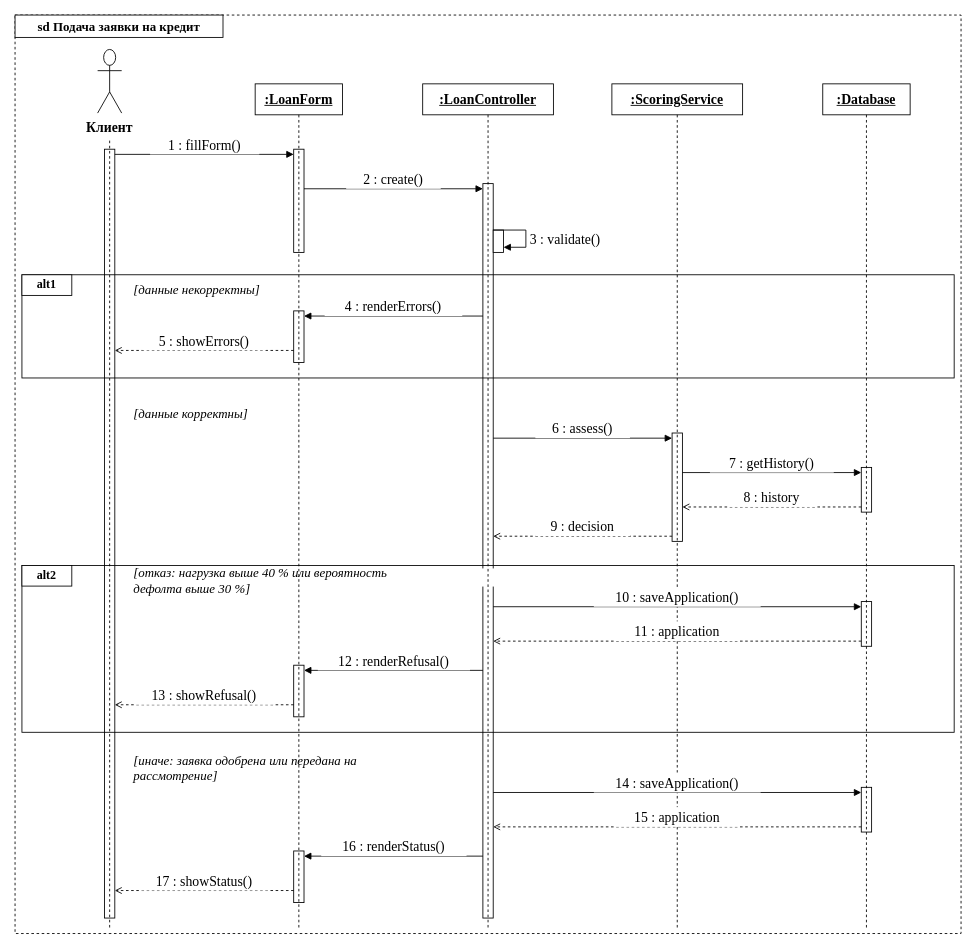
This is page "Подача заявки на кредит" (2 of 6) of docs/diagrams/views.drawio from vladmeshkov/js-course-work, a draw.io file, before an edit. Source tidied: cells renumbered, new cells numbered last; positions are measured from the earlier drawing's top-left corner, leaving out a move shared by most shapes. Both pictures are drawn from the tidied source at 86%, with x=0, y=0 at pixel (15, 15).
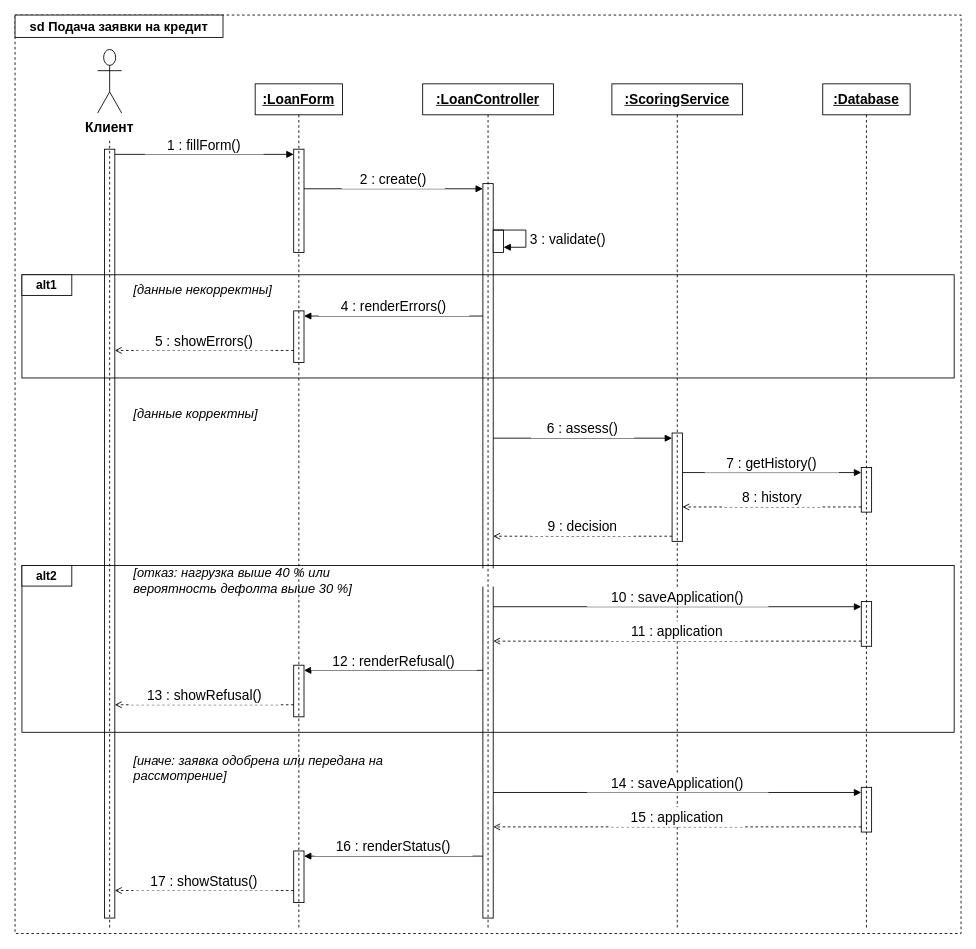
After the change.

Diff of the diagram source:
```diff
@@
-    <mxCell id="2" style="html=1;whiteSpace=wrap;fontFamily=Times New Roman;fontSize=16;rounded=0;fillColor=none;strokeColor=#000;dashed=1;verticalAlign=top;align=left;spacingLeft=10;spacingTop=2;" parent="1" vertex="1">
+    <mxCell id="2" style="html=1;whiteSpace=wrap;fontFamily=Arial;fontSize=16;rounded=0;fillColor=none;strokeColor=#000;dashed=1;verticalAlign=top;align=left;spacingLeft=10;spacingTop=2;" parent="1" vertex="1">
       <mxGeometry width="1100" height="1068" as="geometry" />
     </mxCell>
-    <mxCell id="3" value="sd Подача заявки на кредит" style="html=1;whiteSpace=wrap;fontFamily=Times New Roman;fontSize=15;rounded=0;arcSize=0;fillColor=#fff;strokeColor=#000;fontStyle=1;" parent="1" vertex="1">
+    <mxCell id="3" value="sd Подача заявки на кредит" style="html=1;whiteSpace=wrap;fontFamily=Arial;fontSize=15;rounded=0;arcSize=0;fillColor=#fff;strokeColor=#000;fontStyle=1;" parent="1" vertex="1">
       <mxGeometry width="241.8" height="26" as="geometry" />
     </mxCell>
-    <mxCell id="4" value="&lt;b&gt;Клиент&lt;/b&gt;" style="html=1;whiteSpace=wrap;fontFamily=Times New Roman;fontSize=16;shape=umlActor;verticalLabelPosition=bottom;verticalAlign=top;labelBackgroundColor=none;" parent="1" vertex="1">
+    <mxCell id="4" value="&lt;b&gt;Клиент&lt;/b&gt;" style="html=1;whiteSpace=wrap;fontFamily=Arial;fontSize=16;shape=umlActor;verticalLabelPosition=bottom;verticalAlign=top;labelBackgroundColor=none;" parent="1" vertex="1">
       <mxGeometry x="96" y="40" width="28" height="74" as="geometry" />
     </mxCell>
-    <mxCell id="5" style="html=1;whiteSpace=wrap;fontFamily=Times New Roman;fontSize=16;rounded=0;arcSize=0;fillColor=#fff;strokeColor=#000;" parent="1" vertex="1">
+    <mxCell id="5" style="html=1;whiteSpace=wrap;fontFamily=Arial;fontSize=16;rounded=0;arcSize=0;fillColor=#fff;strokeColor=#000;fontStyle=1;" parent="1" vertex="1">
       <mxGeometry x="104" y="156" width="12" height="894" as="geometry" />
     </mxCell>
-    <mxCell id="6" value=":LoanForm" style="html=1;whiteSpace=wrap;fontFamily=Times New Roman;fontSize=16;rounded=0;arcSize=0;fillColor=#fff;strokeColor=#000;fontStyle=5;" parent="1" vertex="1">
+    <mxCell id="6" value=":LoanForm" style="html=1;whiteSpace=wrap;fontFamily=Arial;fontSize=16;rounded=0;arcSize=0;fillColor=#fff;strokeColor=#000;fontStyle=5;" parent="1" vertex="1">
       <mxGeometry x="279.2" y="80" width="101.6" height="36" as="geometry" />
     </mxCell>
-    <mxCell id="7" style="html=1;whiteSpace=wrap;fontFamily=Times New Roman;fontSize=16;rounded=0;arcSize=0;fillColor=#fff;strokeColor=#000;" parent="1" vertex="1">
+    <mxCell id="7" style="html=1;whiteSpace=wrap;fontFamily=Arial;fontSize=16;rounded=0;arcSize=0;fillColor=#fff;strokeColor=#000;fontStyle=1;" parent="1" vertex="1">
       <mxGeometry x="324" y="156" width="12" height="120" as="geometry" />
     </mxCell>
-    <mxCell id="8" style="html=1;whiteSpace=wrap;fontFamily=Times New Roman;fontSize=16;rounded=0;arcSize=0;fillColor=#fff;strokeColor=#000;" parent="1" vertex="1">
+    <mxCell id="8" style="html=1;whiteSpace=wrap;fontFamily=Arial;fontSize=16;rounded=0;arcSize=0;fillColor=#fff;strokeColor=#000;fontStyle=1;" parent="1" vertex="1">
       <mxGeometry x="324" y="344" width="12" height="60" as="geometry" />
     </mxCell>
-    <mxCell id="9" style="html=1;whiteSpace=wrap;fontFamily=Times New Roman;fontSize=16;rounded=0;arcSize=0;fillColor=#fff;strokeColor=#000;" parent="1" vertex="1">
+    <mxCell id="9" style="html=1;whiteSpace=wrap;fontFamily=Arial;fontSize=16;rounded=0;arcSize=0;fillColor=#fff;strokeColor=#000;fontStyle=1;" parent="1" vertex="1">
       <mxGeometry x="324" y="756" width="12" height="60" as="geometry" />
     </mxCell>
-    <mxCell id="10" style="html=1;whiteSpace=wrap;fontFamily=Times New Roman;fontSize=16;rounded=0;arcSize=0;fillColor=#fff;strokeColor=#000;" parent="1" vertex="1">
+    <mxCell id="10" style="html=1;whiteSpace=wrap;fontFamily=Arial;fontSize=16;rounded=0;arcSize=0;fillColor=#fff;strokeColor=#000;fontStyle=1;" parent="1" vertex="1">
       <mxGeometry x="324" y="972" width="12" height="60" as="geometry" />
     </mxCell>
-    <mxCell id="11" value=":LoanController" style="html=1;whiteSpace=wrap;fontFamily=Times New Roman;fontSize=16;rounded=0;arcSize=0;fillColor=#fff;strokeColor=#000;fontStyle=5;" parent="1" vertex="1">
+    <mxCell id="11" value=":LoanController" style="html=1;whiteSpace=wrap;fontFamily=Arial;fontSize=16;rounded=0;arcSize=0;fillColor=#fff;strokeColor=#000;fontStyle=5;" parent="1" vertex="1">
       <mxGeometry x="474" y="80" width="152" height="36" as="geometry" />
     </mxCell>
-    <mxCell id="12" style="html=1;whiteSpace=wrap;fontFamily=Times New Roman;fontSize=16;rounded=0;arcSize=0;fillColor=#fff;strokeColor=#000;" parent="1" vertex="1">
+    <mxCell id="12" style="html=1;whiteSpace=wrap;fontFamily=Arial;fontSize=16;rounded=0;arcSize=0;fillColor=#fff;strokeColor=#000;fontStyle=1;" parent="1" vertex="1">
       <mxGeometry x="544" y="196" width="12" height="854" as="geometry" />
     </mxCell>
-    <mxCell id="13" value=":ScoringService" style="html=1;whiteSpace=wrap;fontFamily=Times New Roman;fontSize=16;rounded=0;arcSize=0;fillColor=#fff;strokeColor=#000;fontStyle=5;" parent="1" vertex="1">
+    <mxCell id="13" value=":ScoringService" style="html=1;whiteSpace=wrap;fontFamily=Arial;fontSize=16;rounded=0;arcSize=0;fillColor=#fff;strokeColor=#000;fontStyle=5;" parent="1" vertex="1">
       <mxGeometry x="694" y="80" width="152" height="36" as="geometry" />
     </mxCell>
-    <mxCell id="14" style="html=1;whiteSpace=wrap;fontFamily=Times New Roman;fontSize=16;rounded=0;arcSize=0;fillColor=#fff;strokeColor=#000;" parent="1" vertex="1">
+    <mxCell id="14" style="html=1;whiteSpace=wrap;fontFamily=Arial;fontSize=16;rounded=0;arcSize=0;fillColor=#fff;strokeColor=#000;fontStyle=1;" parent="1" vertex="1">
       <mxGeometry x="764" y="486" width="12" height="126" as="geometry" />
     </mxCell>
-    <mxCell id="15" value=":Database" style="html=1;whiteSpace=wrap;fontFamily=Times New Roman;fontSize=16;rounded=0;arcSize=0;fillColor=#fff;strokeColor=#000;fontStyle=5;" parent="1" vertex="1">
+    <mxCell id="15" value=":Database" style="html=1;whiteSpace=wrap;fontFamily=Arial;fontSize=16;rounded=0;arcSize=0;fillColor=#fff;strokeColor=#000;fontStyle=5;" parent="1" vertex="1">
       <mxGeometry x="939.2" y="80" width="101.6" height="36" as="geometry" />
     </mxCell>
-    <mxCell id="16" style="html=1;whiteSpace=wrap;fontFamily=Times New Roman;fontSize=16;rounded=0;arcSize=0;fillColor=#fff;strokeColor=#000;" parent="1" vertex="1">
+    <mxCell id="16" style="html=1;whiteSpace=wrap;fontFamily=Arial;fontSize=16;rounded=0;arcSize=0;fillColor=#fff;strokeColor=#000;fontStyle=1;" parent="1" vertex="1">
       <mxGeometry x="984" y="526" width="12" height="52" as="geometry" />
     </mxCell>
-    <mxCell id="17" style="html=1;whiteSpace=wrap;fontFamily=Times New Roman;fontSize=16;rounded=0;arcSize=0;fillColor=#fff;strokeColor=#000;" parent="1" vertex="1">
+    <mxCell id="17" style="html=1;whiteSpace=wrap;fontFamily=Arial;fontSize=16;rounded=0;arcSize=0;fillColor=#fff;strokeColor=#000;fontStyle=1;" parent="1" vertex="1">
       <mxGeometry x="984" y="682" width="12" height="52" as="geometry" />
     </mxCell>
-    <mxCell id="18" style="html=1;whiteSpace=wrap;fontFamily=Times New Roman;fontSize=16;rounded=0;arcSize=0;fillColor=#fff;strokeColor=#000;" parent="1" vertex="1">
+    <mxCell id="18" style="html=1;whiteSpace=wrap;fontFamily=Arial;fontSize=16;rounded=0;arcSize=0;fillColor=#fff;strokeColor=#000;fontStyle=1;" parent="1" vertex="1">
       <mxGeometry x="984" y="898" width="12" height="52" as="geometry" />
     </mxCell>
-    <mxCell id="19" style="html=1;whiteSpace=wrap;fontFamily=Times New Roman;fontSize=16;rounded=0;arcSize=0;fillColor=none;strokeColor=#000;" parent="1" vertex="1">
+    <mxCell id="19" style="html=1;whiteSpace=wrap;fontFamily=Arial;fontSize=16;rounded=0;arcSize=0;fillColor=none;strokeColor=#000;fontStyle=1;" parent="1" vertex="1">
       <mxGeometry x="8" y="302" width="1084" height="120" as="geometry" />
     </mxCell>
-    <mxCell id="20" style="html=1;whiteSpace=wrap;fontFamily=Times New Roman;fontSize=16;rounded=0;arcSize=0;fillColor=none;strokeColor=#000;" parent="1" vertex="1">
+    <mxCell id="20" style="html=1;whiteSpace=wrap;fontFamily=Arial;fontSize=16;rounded=0;arcSize=0;fillColor=none;strokeColor=#000;fontStyle=1;" parent="1" vertex="1">
       <mxGeometry x="8" y="640" width="1084" height="194" as="geometry" />
     </mxCell>
-    <mxCell id="21" style="html=1;whiteSpace=wrap;fontFamily=Times New Roman;fontSize=16;rounded=0;arcSize=0;fillColor=#fff;strokeColor=#000;" parent="1" vertex="1">
+    <mxCell id="21" style="html=1;whiteSpace=wrap;fontFamily=Arial;fontSize=16;rounded=0;arcSize=0;fillColor=#fff;strokeColor=#000;fontStyle=1;" parent="1" vertex="1">
       <mxGeometry x="556" y="250" width="12" height="26" as="geometry" />
     </mxCell>
-    <mxCell id="22" value="alt1" style="html=1;whiteSpace=wrap;fontFamily=Times New Roman;fontSize=14;rounded=0;arcSize=0;fillColor=#fff;strokeColor=#000;fontStyle=1;" parent="1" vertex="1">
+    <mxCell id="22" value="alt1" style="html=1;whiteSpace=wrap;fontFamily=Arial;fontSize=14;rounded=0;arcSize=0;fillColor=#fff;strokeColor=#000;fontStyle=1;" parent="1" vertex="1">
       <mxGeometry x="8" y="302" width="58" height="24" as="geometry" />
     </mxCell>
-    <mxCell id="23" style="html=1;whiteSpace=wrap;fontFamily=Times New Roman;fontSize=16;rounded=0;arcSize=0;fillColor=#fff;strokeColor=#fff;" parent="1" vertex="1">
+    <mxCell id="23" style="html=1;whiteSpace=wrap;fontFamily=Arial;fontSize=16;rounded=0;arcSize=0;fillColor=#fff;strokeColor=#fff;fontStyle=1;" parent="1" vertex="1">
       <mxGeometry x="128" y="306" width="164" height="20" as="geometry" />
     </mxCell>
-    <mxCell id="24" value="[данные некорректны]" style="html=1;whiteSpace=wrap;fontFamily=Times New Roman;fontSize=15;text;strokeColor=none;fillColor=none;align=left;verticalAlign=middle;fontStyle=2;" parent="1" vertex="1">
+    <mxCell id="24" value="[данные некорректны]" style="html=1;whiteSpace=wrap;fontFamily=Arial;fontSize=15;text;strokeColor=none;fillColor=none;align=left;verticalAlign=middle;fontStyle=2;" parent="1" vertex="1">
       <mxGeometry x="136" y="308" width="300" height="22" as="geometry" />
     </mxCell>
-    <mxCell id="25" style="html=1;whiteSpace=wrap;fontFamily=Times New Roman;fontSize=16;rounded=0;arcSize=0;fillColor=#fff;strokeColor=#fff;" parent="1" vertex="1">
+    <mxCell id="25" style="html=1;whiteSpace=wrap;fontFamily=Arial;fontSize=16;rounded=0;arcSize=0;fillColor=#fff;strokeColor=#fff;fontStyle=1;" parent="1" vertex="1">
       <mxGeometry x="128" y="446" width="149.2" height="20" as="geometry" />
     </mxCell>
-    <mxCell id="26" value="[данные корректны]" style="html=1;whiteSpace=wrap;fontFamily=Times New Roman;fontSize=15;text;strokeColor=none;fillColor=none;align=left;verticalAlign=middle;fontStyle=2;" parent="1" vertex="1">
+    <mxCell id="26" value="[данные корректны]" style="html=1;whiteSpace=wrap;fontFamily=Arial;fontSize=15;text;strokeColor=none;fillColor=none;align=left;verticalAlign=middle;fontStyle=2;" parent="1" vertex="1">
       <mxGeometry x="136" y="452" width="300" height="22" as="geometry" />
     </mxCell>
-    <mxCell id="27" value="alt2" style="html=1;whiteSpace=wrap;fontFamily=Times New Roman;fontSize=14;rounded=0;arcSize=0;fillColor=#fff;strokeColor=#000;fontStyle=1;" parent="1" vertex="1">
+    <mxCell id="27" value="alt2" style="html=1;whiteSpace=wrap;fontFamily=Arial;fontSize=14;rounded=0;arcSize=0;fillColor=#fff;strokeColor=#000;fontStyle=1;" parent="1" vertex="1">
       <mxGeometry x="8" y="640" width="58" height="24" as="geometry" />
     </mxCell>
-    <mxCell id="28" style="html=1;whiteSpace=wrap;fontFamily=Times New Roman;fontSize=16;rounded=0;arcSize=0;fillColor=#fff;strokeColor=#fff;" parent="1" vertex="1">
+    <mxCell id="28" style="html=1;whiteSpace=wrap;fontFamily=Arial;fontSize=16;rounded=0;arcSize=0;fillColor=#fff;strokeColor=#fff;fontStyle=1;" parent="1" vertex="1">
       <mxGeometry x="128" y="644" width="467.4" height="20" as="geometry" />
     </mxCell>
-    <mxCell id="29" value="[отказ: нагрузка выше 40 % или вероятность дефолта выше 30 %]" style="html=1;whiteSpace=wrap;fontFamily=Times New Roman;fontSize=15;text;strokeColor=none;fillColor=none;align=left;verticalAlign=middle;fontStyle=2;" parent="1" vertex="1">
+    <mxCell id="29" value="[отказ: нагрузка выше 40 % или вероятность дефолта выше 30 %]" style="html=1;whiteSpace=wrap;fontFamily=Arial;fontSize=15;text;strokeColor=none;fillColor=none;align=left;verticalAlign=middle;fontStyle=2;" parent="1" vertex="1">
       <mxGeometry x="136" y="646" width="300" height="22" as="geometry" />
     </mxCell>
-    <mxCell id="30" style="html=1;whiteSpace=wrap;fontFamily=Times New Roman;fontSize=16;rounded=0;arcSize=0;fillColor=#fff;strokeColor=#fff;" parent="1" vertex="1">
+    <mxCell id="30" style="html=1;whiteSpace=wrap;fontFamily=Arial;fontSize=16;rounded=0;arcSize=0;fillColor=#fff;strokeColor=#fff;fontStyle=1;" parent="1" vertex="1">
       <mxGeometry x="128" y="858" width="408.2" height="20" as="geometry" />
     </mxCell>
-    <mxCell id="31" value="[иначе: заявка одобрена или передана на рассмотрение]" style="html=1;whiteSpace=wrap;fontFamily=Times New Roman;fontSize=15;text;strokeColor=none;fillColor=none;align=left;verticalAlign=middle;fontStyle=2;" parent="1" vertex="1">
+    <mxCell id="31" value="[иначе: заявка одобрена или передана на рассмотрение]" style="html=1;whiteSpace=wrap;fontFamily=Arial;fontSize=15;text;strokeColor=none;fillColor=none;align=left;verticalAlign=middle;fontStyle=2;" parent="1" vertex="1">
       <mxGeometry x="136" y="864" width="300" height="22" as="geometry" />
     </mxCell>
@@
-    <mxCell id="38" value="1 : fillForm()" style="html=1;whiteSpace=wrap;fontFamily=Times New Roman;fontSize=16;text;fillColor=#FFFFFF;strokeColor=none;spacing=0;align=center;verticalAlign=middle;" parent="1" vertex="1">
-      <mxGeometry x="157" y="139" width="127" height="23" as="geometry" />
+    <mxCell id="38" value="1 : fillForm()" style="html=1;whiteSpace=wrap;fontFamily=Arial;fontSize=16;text;fillColor=#FFFFFF;strokeColor=none;spacing=0;align=center;verticalAlign=middle;" parent="1" vertex="1">
+      <mxGeometry x="151" y="139" width="138" height="23" as="geometry" />
     </mxCell>
@@
-    <mxCell id="40" value="2 : create()" style="html=1;whiteSpace=wrap;fontFamily=Times New Roman;fontSize=16;text;fillColor=#FFFFFF;strokeColor=none;spacing=0;align=center;verticalAlign=middle;" parent="1" vertex="1">
-      <mxGeometry x="385" y="179" width="110" height="23" as="geometry" />
+    <mxCell id="40" value="2 : create()" style="html=1;whiteSpace=wrap;fontFamily=Arial;fontSize=16;text;fillColor=#FFFFFF;strokeColor=none;spacing=0;align=center;verticalAlign=middle;" parent="1" vertex="1">
+      <mxGeometry x="380" y="179" width="120" height="23" as="geometry" />
     </mxCell>
@@
-    <mxCell id="42" value="3 : validate()" style="html=1;whiteSpace=wrap;fontFamily=Times New Roman;fontSize=16;text;fillColor=#FFFFFF;strokeColor=none;spacing=0;align=left;verticalAlign=middle;" parent="1" vertex="1">
-      <mxGeometry x="599" y="249" width="127" height="23" as="geometry" />
+    <mxCell id="42" value="3 : validate()" style="html=1;whiteSpace=wrap;fontFamily=Arial;fontSize=16;text;fillColor=#FFFFFF;strokeColor=none;spacing=0;align=left;verticalAlign=middle;" parent="1" vertex="1">
+      <mxGeometry x="599" y="249" width="138" height="23" as="geometry" />
     </mxCell>
@@
-    <mxCell id="44" value="4 : renderErrors()" style="html=1;whiteSpace=wrap;fontFamily=Times New Roman;fontSize=16;text;fillColor=#FFFFFF;strokeColor=none;spacing=0;align=center;verticalAlign=middle;" parent="1" vertex="1">
-      <mxGeometry x="360" y="327" width="160" height="23" as="geometry" />
+    <mxCell id="44" value="4 : renderErrors()" style="html=1;whiteSpace=wrap;fontFamily=Arial;fontSize=16;text;fillColor=#FFFFFF;strokeColor=none;spacing=0;align=center;verticalAlign=middle;" parent="1" vertex="1">
+      <mxGeometry x="353" y="327" width="175" height="23" as="geometry" />
     </mxCell>
@@
-    <mxCell id="46" value="5 : showErrors()" style="html=1;whiteSpace=wrap;fontFamily=Times New Roman;fontSize=16;text;fillColor=#FFFFFF;strokeColor=none;spacing=0;align=center;verticalAlign=middle;" parent="1" vertex="1">
-      <mxGeometry x="148" y="367" width="144" height="23" as="geometry" />
+    <mxCell id="46" value="5 : showErrors()" style="html=1;whiteSpace=wrap;fontFamily=Arial;fontSize=16;text;fillColor=#FFFFFF;strokeColor=none;spacing=0;align=center;verticalAlign=middle;" parent="1" vertex="1">
+      <mxGeometry x="142" y="367" width="156" height="23" as="geometry" />
     </mxCell>
@@
-    <mxCell id="48" value="6 : assess()" style="html=1;whiteSpace=wrap;fontFamily=Times New Roman;fontSize=16;text;fillColor=#FFFFFF;strokeColor=none;spacing=0;align=center;verticalAlign=middle;" parent="1" vertex="1">
-      <mxGeometry x="605" y="469" width="110" height="23" as="geometry" />
+    <mxCell id="48" value="6 : assess()" style="html=1;whiteSpace=wrap;fontFamily=Arial;fontSize=16;text;fillColor=#FFFFFF;strokeColor=none;spacing=0;align=center;verticalAlign=middle;" parent="1" vertex="1">
+      <mxGeometry x="600" y="469" width="120" height="23" as="geometry" />
     </mxCell>
@@
-    <mxCell id="50" value="7 : getHistory()" style="html=1;whiteSpace=wrap;fontFamily=Times New Roman;fontSize=16;text;fillColor=#FFFFFF;strokeColor=none;spacing=0;align=center;verticalAlign=middle;" parent="1" vertex="1">
-      <mxGeometry x="808" y="509" width="144" height="23" as="geometry" />
+    <mxCell id="50" value="7 : getHistory()" style="html=1;whiteSpace=wrap;fontFamily=Arial;fontSize=16;text;fillColor=#FFFFFF;strokeColor=none;spacing=0;align=center;verticalAlign=middle;" parent="1" vertex="1">
+      <mxGeometry x="802" y="509" width="156" height="23" as="geometry" />
     </mxCell>
@@
-    <mxCell id="52" value="8 : history" style="html=1;whiteSpace=wrap;fontFamily=Times New Roman;fontSize=16;text;fillColor=#FFFFFF;strokeColor=none;spacing=0;align=center;verticalAlign=middle;" parent="1" vertex="1">
-      <mxGeometry x="829" y="549" width="102" height="23" as="geometry" />
+    <mxCell id="52" value="8 : history" style="html=1;whiteSpace=wrap;fontFamily=Arial;fontSize=16;text;fillColor=#FFFFFF;strokeColor=none;spacing=0;align=center;verticalAlign=middle;" parent="1" vertex="1">
+      <mxGeometry x="825" y="549" width="111" height="23" as="geometry" />
     </mxCell>
@@
-    <mxCell id="54" value="9 : decision" style="html=1;whiteSpace=wrap;fontFamily=Times New Roman;fontSize=16;text;fillColor=#FFFFFF;strokeColor=none;spacing=0;align=center;verticalAlign=middle;" parent="1" vertex="1">
-      <mxGeometry x="605" y="583" width="110" height="23" as="geometry" />
+    <mxCell id="54" value="9 : decision" style="html=1;whiteSpace=wrap;fontFamily=Arial;fontSize=16;text;fillColor=#FFFFFF;strokeColor=none;spacing=0;align=center;verticalAlign=middle;" parent="1" vertex="1">
+      <mxGeometry x="600" y="583" width="120" height="23" as="geometry" />
     </mxCell>
@@
-    <mxCell id="56" value="10 : saveApplication()" style="html=1;whiteSpace=wrap;fontFamily=Times New Roman;fontSize=16;text;fillColor=#FFFFFF;strokeColor=none;spacing=0;align=center;verticalAlign=middle;" parent="1" vertex="1">
-      <mxGeometry x="673" y="665" width="194" height="23" as="geometry" />
+    <mxCell id="56" value="10 : saveApplication()" style="html=1;whiteSpace=wrap;fontFamily=Arial;fontSize=16;text;fillColor=#FFFFFF;strokeColor=none;spacing=0;align=center;verticalAlign=middle;" parent="1" vertex="1">
+      <mxGeometry x="665" y="665" width="211" height="23" as="geometry" />
     </mxCell>
@@
-    <mxCell id="58" value="11 : application" style="html=1;whiteSpace=wrap;fontFamily=Times New Roman;fontSize=16;text;fillColor=#FFFFFF;strokeColor=none;spacing=0;align=center;verticalAlign=middle;" parent="1" vertex="1">
-      <mxGeometry x="698" y="705" width="144" height="23" as="geometry" />
+    <mxCell id="58" value="11 : application" style="html=1;whiteSpace=wrap;fontFamily=Arial;fontSize=16;text;fillColor=#FFFFFF;strokeColor=none;spacing=0;align=center;verticalAlign=middle;" parent="1" vertex="1">
+      <mxGeometry x="692" y="705" width="156" height="23" as="geometry" />
     </mxCell>
@@
-    <mxCell id="60" value="12 : renderRefusal()" style="html=1;whiteSpace=wrap;fontFamily=Times New Roman;fontSize=16;text;fillColor=#FFFFFF;strokeColor=none;spacing=0;align=center;verticalAlign=middle;" parent="1" vertex="1">
-      <mxGeometry x="352" y="739" width="177" height="23" as="geometry" />
+    <mxCell id="60" value="12 : renderRefusal()" style="html=1;whiteSpace=wrap;fontFamily=Arial;fontSize=16;text;fillColor=#FFFFFF;strokeColor=none;spacing=0;align=center;verticalAlign=middle;" parent="1" vertex="1">
+      <mxGeometry x="344" y="739" width="193" height="23" as="geometry" />
     </mxCell>
@@
-    <mxCell id="62" value="13 : showRefusal()" style="html=1;whiteSpace=wrap;fontFamily=Times New Roman;fontSize=16;text;fillColor=#FFFFFF;strokeColor=none;spacing=0;align=center;verticalAlign=middle;" parent="1" vertex="1">
-      <mxGeometry x="140" y="779" width="160" height="23" as="geometry" />
+    <mxCell id="62" value="13 : showRefusal()" style="html=1;whiteSpace=wrap;fontFamily=Arial;fontSize=16;text;fillColor=#FFFFFF;strokeColor=none;spacing=0;align=center;verticalAlign=middle;" parent="1" vertex="1">
+      <mxGeometry x="133" y="779" width="175" height="23" as="geometry" />
     </mxCell>
@@
-    <mxCell id="64" value="14 : saveApplication()" style="html=1;whiteSpace=wrap;fontFamily=Times New Roman;fontSize=16;text;fillColor=#FFFFFF;strokeColor=none;spacing=0;align=center;verticalAlign=middle;" parent="1" vertex="1">
-      <mxGeometry x="673" y="881" width="194" height="23" as="geometry" />
+    <mxCell id="64" value="14 : saveApplication()" style="html=1;whiteSpace=wrap;fontFamily=Arial;fontSize=16;text;fillColor=#FFFFFF;strokeColor=none;spacing=0;align=center;verticalAlign=middle;" parent="1" vertex="1">
+      <mxGeometry x="665" y="881" width="211" height="23" as="geometry" />
     </mxCell>
@@
-    <mxCell id="66" value="15 : application" style="html=1;whiteSpace=wrap;fontFamily=Times New Roman;fontSize=16;text;fillColor=#FFFFFF;strokeColor=none;spacing=0;align=center;verticalAlign=middle;" parent="1" vertex="1">
-      <mxGeometry x="698" y="921" width="144" height="23" as="geometry" />
+    <mxCell id="66" value="15 : application" style="html=1;whiteSpace=wrap;fontFamily=Arial;fontSize=16;text;fillColor=#FFFFFF;strokeColor=none;spacing=0;align=center;verticalAlign=middle;" parent="1" vertex="1">
+      <mxGeometry x="692" y="921" width="156" height="23" as="geometry" />
     </mxCell>
@@
-    <mxCell id="68" value="16 : renderStatus()" style="html=1;whiteSpace=wrap;fontFamily=Times New Roman;fontSize=16;text;fillColor=#FFFFFF;strokeColor=none;spacing=0;align=center;verticalAlign=middle;" parent="1" vertex="1">
-      <mxGeometry x="356" y="955" width="169" height="23" as="geometry" />
+    <mxCell id="68" value="16 : renderStatus()" style="html=1;whiteSpace=wrap;fontFamily=Arial;fontSize=16;text;fillColor=#FFFFFF;strokeColor=none;spacing=0;align=center;verticalAlign=middle;" parent="1" vertex="1">
+      <mxGeometry x="348" y="955" width="184" height="23" as="geometry" />
     </mxCell>
@@
-    <mxCell id="70" value="17 : showStatus()" style="html=1;whiteSpace=wrap;fontFamily=Times New Roman;fontSize=16;text;fillColor=#FFFFFF;strokeColor=none;spacing=0;align=center;verticalAlign=middle;" parent="1" vertex="1">
-      <mxGeometry x="144" y="995" width="152" height="23" as="geometry" />
+    <mxCell id="70" value="17 : showStatus()" style="html=1;whiteSpace=wrap;fontFamily=Arial;fontSize=16;text;fillColor=#FFFFFF;strokeColor=none;spacing=0;align=center;verticalAlign=middle;" parent="1" vertex="1">
+      <mxGeometry x="137" y="995" width="166" height="23" as="geometry" />
     </mxCell>
```
